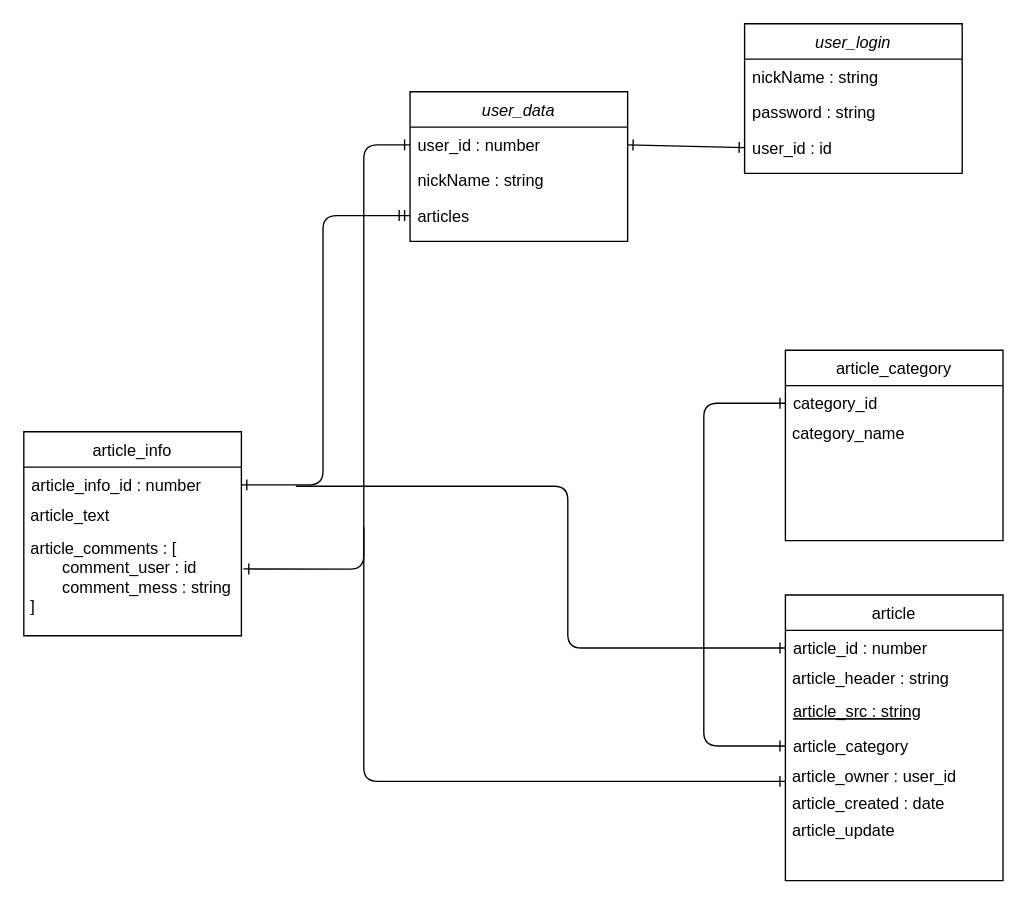
Before: php blog.drawio.xml in JDFIREX/php-school-project, a draw.io diagram. Source tidied: cells renumbered, new cells numbered last; positions are measured from the earlier drawing's top-left corner, leaving out a move shared by most shapes. Both pictures are drawn from the tidied source at 136%, with x=0, y=0 at pixel (23, 23).
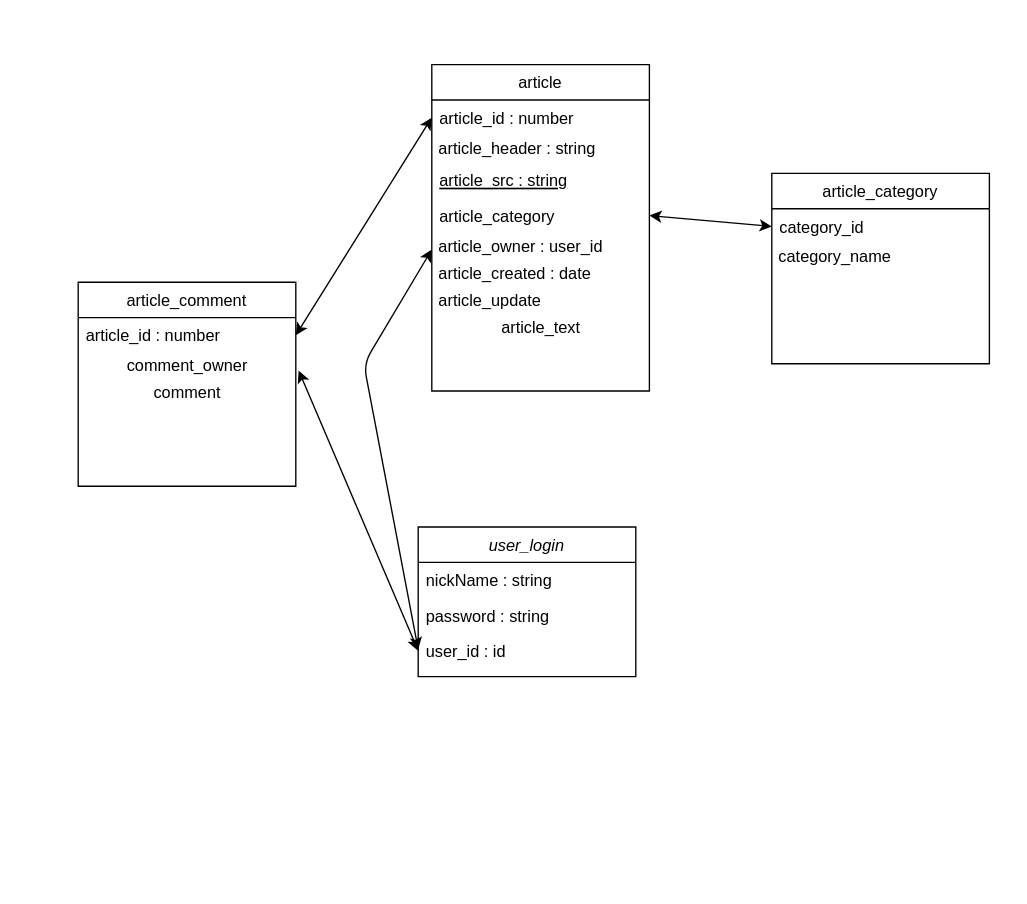
After the change.

Commit message (it also covers changes not shown here):
SQL initial DATABASE script

Unchanged cells that the change refers to:
```xml
<mxCell id="11" value="category_id&#10;" style="text;align=left;verticalAlign=top;spacingLeft=4;spacingRight=4;overflow=hidden;points=[[0,0.5],[1,0.5]];portConstraint=eastwest;" parent="10" vertex="1">
  <mxGeometry y="26" width="160" height="26" as="geometry" />
</mxCell>
<mxCell id="19" value="user_id : id" style="text;align=left;verticalAlign=top;spacingLeft=4;spacingRight=4;overflow=hidden;points=[[0,0.5],[1,0.5]];portConstraint=eastwest;rounded=0;shadow=0;html=0;" parent="16" vertex="1">
  <mxGeometry y="78" width="160" height="26" as="geometry" />
</mxCell>
<mxCell id="22" value="article_id : number" style="text;align=left;verticalAlign=top;spacingLeft=4;spacingRight=4;overflow=hidden;points=[[0,0.5],[1,0.5]];portConstraint=eastwest;" parent="21" vertex="1">
  <mxGeometry y="26" width="160" height="26" as="geometry" />
</mxCell>
<mxCell id="25" value="article_category " style="text;align=left;verticalAlign=top;spacingLeft=4;spacingRight=4;overflow=hidden;points=[[0,0.5],[1,0.5]];portConstraint=eastwest;" parent="21" vertex="1">
  <mxGeometry y="98" width="160" height="26" as="geometry" />
</mxCell>
<mxCell id="26" value="&amp;nbsp;article_owner : user_id" style="text;html=1;align=left;verticalAlign=middle;points=[];strokeColor=none;fillColor=none;" parent="21" vertex="1">
  <mxGeometry y="124" width="160" height="20" as="geometry" />
</mxCell>
```

The edit, as a diff of the source:
```diff
@@
-    <mxCell id="2" value="user_data" style="swimlane;fontStyle=2;align=center;verticalAlign=top;horizontal=1;startSize=26;rounded=0;shadow=0;strokeWidth=1;" parent="1" vertex="1">
-      <mxGeometry x="284" y="50" width="160" height="110" as="geometry" />
-    </mxCell>
-    <mxCell id="3" value="user_id : number" style="text;align=left;verticalAlign=top;spacingLeft=4;spacingRight=4;overflow=hidden;points=[[0,0.5],[1,0.5]];portConstraint=eastwest;" parent="2" vertex="1">
-      <mxGeometry y="26" width="160" height="26" as="geometry" />
-    </mxCell>
-    <mxCell id="4" value="nickName : string" style="text;align=left;verticalAlign=top;spacingLeft=4;spacingRight=4;overflow=hidden;rounded=0;shadow=0;html=0;" parent="2" vertex="1">
-      <mxGeometry y="52" width="160" height="26" as="geometry" />
-    </mxCell>
-    <mxCell id="5" value="articles &#10;" style="text;align=left;verticalAlign=top;spacingLeft=4;spacingRight=4;overflow=hidden;points=[[0,0.5],[1,0.5]];portConstraint=eastwest;rounded=0;shadow=0;html=0;" parent="2" vertex="1">
-      <mxGeometry y="78" width="160" height="26" as="geometry" />
-    </mxCell>
-    <mxCell id="6" value="article_info" style="swimlane;fontStyle=0;align=center;verticalAlign=top;horizontal=1;startSize=26;rounded=0;shadow=0;strokeWidth=1;" parent="1" vertex="1">
-      <mxGeometry y="300" width="160" height="150" as="geometry" />
-    </mxCell>
-    <mxCell id="7" value="article_info_id : number" style="text;align=left;verticalAlign=top;spacingLeft=4;spacingRight=4;overflow=hidden;" parent="6" vertex="1">
-      <mxGeometry y="26" width="160" height="26" as="geometry" />
-    </mxCell>
-    <mxCell id="8" value="&amp;nbsp;article_text" style="text;html=1;strokeColor=none;fillColor=none;align=left;verticalAlign=middle;whiteSpace=wrap;rounded=0;" parent="6" vertex="1">
-      <mxGeometry y="52" width="160" height="20" as="geometry" />
-    </mxCell>
-    <mxCell id="9" value="&amp;nbsp;article_comments : [&lt;br&gt;&lt;span style=&quot;white-space: pre&quot;&gt;&#9;&lt;/span&gt;comment_user : id&lt;br&gt;&lt;span style=&quot;white-space: pre&quot;&gt;&#9;&lt;/span&gt;comment_mess : string&lt;br&gt;&amp;nbsp;]" style="text;html=1;strokeColor=none;fillColor=none;align=left;verticalAlign=middle;whiteSpace=wrap;rounded=0;" parent="6" vertex="1">
-      <mxGeometry y="72" width="160" height="70" as="geometry" />
-    </mxCell>
     <mxCell id="10" value="article_category" style="swimlane;fontStyle=0;align=center;verticalAlign=top;horizontal=1;startSize=26;rounded=0;shadow=0;strokeWidth=1;" parent="1" vertex="1">
-      <mxGeometry x="560" y="240" width="160" height="140" as="geometry" />
+      <mxGeometry x="550" y="110" width="160" height="140" as="geometry" />
     </mxCell>
@@
-    <mxCell id="13" style="endArrow=ERmandOne;startArrow=ERone;html=1;entryX=0;entryY=0.5;entryDx=0;entryDy=0;elbow=vertical;startFill=0;endFill=0;" parent="1" edge="1" target="5">
-      <mxGeometry relative="1" as="geometry">
-        <mxPoint x="160" y="339" as="sourcePoint" />
-        <Array as="points">
-          <mxPoint x="220" y="339" />
-          <mxPoint x="220" y="141" />
-        </Array>
-      </mxGeometry>
-    </mxCell>
-    <mxCell id="14" style="endArrow=ERone;startArrow=ERone;html=1;exitX=0;exitY=0.5;exitDx=0;exitDy=0;entryX=0;entryY=0.5;entryDx=0;entryDy=0;startFill=0;endFill=0;" parent="1" edge="1" source="25" target="11">
-      <mxGeometry relative="1" as="geometry">
-        <Array as="points">
-          <mxPoint x="500" y="531" />
-          <mxPoint x="500" y="279" />
-        </Array>
-      </mxGeometry>
-    </mxCell>
-    <mxCell id="15" style="endArrow=ERone;startArrow=ERone;html=1;exitX=1.009;exitY=0.412;exitDx=0;exitDy=0;exitPerimeter=0;entryX=0;entryY=0.5;entryDx=0;entryDy=0;startFill=0;endFill=0;" parent="1" edge="1" source="9" target="3">
-      <mxGeometry relative="1" as="geometry">
-        <Array as="points">
-          <mxPoint x="250" y="401" />
-          <mxPoint x="250" y="180" />
-          <mxPoint x="250" y="89" />
-        </Array>
-      </mxGeometry>
-    </mxCell>
     <mxCell id="16" value="user_login" style="swimlane;fontStyle=2;align=center;verticalAlign=top;horizontal=1;startSize=26;rounded=0;shadow=0;strokeWidth=1;" parent="1" vertex="1">
-      <mxGeometry x="530" width="160" height="110" as="geometry" />
+      <mxGeometry x="290" y="370" width="160" height="110" as="geometry" />
     </mxCell>
@@
-    <mxCell id="20" style="endArrow=ERone;startArrow=ERone;html=1;entryX=0;entryY=0.5;entryDx=0;entryDy=0;exitX=1;exitY=0.5;exitDx=0;exitDy=0;endFill=0;startFill=0;" parent="1" edge="1" source="3" target="19">
-      <mxGeometry relative="1" as="geometry" />
-    </mxCell>
     <mxCell id="21" value="article" style="swimlane;fontStyle=0;align=center;verticalAlign=top;horizontal=1;startSize=26;rounded=0;shadow=0;strokeWidth=1;" parent="1" vertex="1">
-      <mxGeometry x="560" y="420" width="160" height="210" as="geometry" />
+      <mxGeometry x="300" y="30" width="160" height="240" as="geometry" />
     </mxCell>
@@
-    <mxCell id="29" style="endArrow=ERone;startArrow=none;html=1;entryX=0;entryY=0.5;entryDx=0;entryDy=0;startFill=0;endFill=0;" parent="1" edge="1" target="22">
-      <mxGeometry relative="1" as="geometry">
-        <mxPoint x="200" y="340" as="sourcePoint" />
-        <Array as="points">
-          <mxPoint x="400" y="340" />
-          <mxPoint x="400" y="459" />
-        </Array>
-      </mxGeometry>
-    </mxCell>
-    <mxCell id="30" style="endArrow=ERone;startArrow=none;html=1;entryX=0;entryY=0.65;entryDx=0;entryDy=0;entryPerimeter=0;startFill=0;endFill=0;" parent="1" edge="1" target="26">
-      <mxGeometry relative="1" as="geometry">
-        <mxPoint x="250" y="370" as="sourcePoint" />
-        <Array as="points">
-          <mxPoint x="250" y="557" />
-        </Array>
-      </mxGeometry>
-    </mxCell>
+    <mxCell id="8" value="article_text&lt;br&gt;" style="text;html=1;align=center;verticalAlign=middle;strokeColor=none;fillColor=none;" parent="21" vertex="1">
+      <mxGeometry y="184" width="160" height="20" as="geometry" />
+    </mxCell>
+    <mxCell id="31" value="article_comment" style="swimlane;fontStyle=0;align=center;verticalAlign=top;horizontal=1;startSize=26;rounded=0;shadow=0;strokeWidth=1;" parent="1" vertex="1">
+      <mxGeometry x="40" y="190" width="160" height="150" as="geometry" />
+    </mxCell>
+    <mxCell id="32" value="article_id : number" style="text;align=left;verticalAlign=top;spacingLeft=4;spacingRight=4;overflow=hidden;points=[[0,0.5],[1,0.5]];portConstraint=eastwest;" parent="31" vertex="1">
+      <mxGeometry y="26" width="160" height="26" as="geometry" />
+    </mxCell>
+    <mxCell id="33" value="comment_owner" style="text;html=1;align=center;verticalAlign=middle;points=[];strokeColor=none;fillColor=none;" parent="31" vertex="1">
+      <mxGeometry y="52" width="160" height="20" as="geometry" />
+    </mxCell>
+    <mxCell id="34" value="comment" style="text;html=1;align=center;verticalAlign=middle;strokeColor=none;fillColor=none;" parent="31" vertex="1">
+      <mxGeometry y="72" width="160" height="20" as="geometry" />
+    </mxCell>
+    <mxCell id="35" style="endArrow=classic;startArrow=classic;html=1;exitX=1;exitY=0.5;exitDx=0;exitDy=0;entryX=0;entryY=0.5;entryDx=0;entryDy=0;" parent="1" edge="1" source="32" target="22">
+      <mxGeometry relative="1" as="geometry" />
+    </mxCell>
+    <mxCell id="36" style="endArrow=classic;startArrow=classic;html=1;exitX=1.013;exitY=0.65;exitDx=0;exitDy=0;exitPerimeter=0;entryX=0;entryY=0.5;entryDx=0;entryDy=0;" parent="1" edge="1" source="33" target="19">
+      <mxGeometry relative="1" as="geometry" />
+    </mxCell>
+    <mxCell id="37" style="endArrow=classic;startArrow=classic;html=1;entryX=0;entryY=0.6;entryDx=0;entryDy=0;entryPerimeter=0;" parent="1" edge="1" target="26">
+      <mxGeometry relative="1" as="geometry">
+        <mxPoint x="290" y="460" as="sourcePoint" />
+        <Array as="points">
+          <mxPoint x="250" y="250" />
+        </Array>
+      </mxGeometry>
+    </mxCell>
+    <mxCell id="14" style="endArrow=classic;startArrow=classic;html=1;entryX=0;entryY=0.5;entryDx=0;entryDy=0;exitX=1;exitY=0.5;exitDx=0;exitDy=0;" parent="1" edge="1" source="25" target="11">
+      <mxGeometry relative="1" as="geometry" />
+    </mxCell>
```
